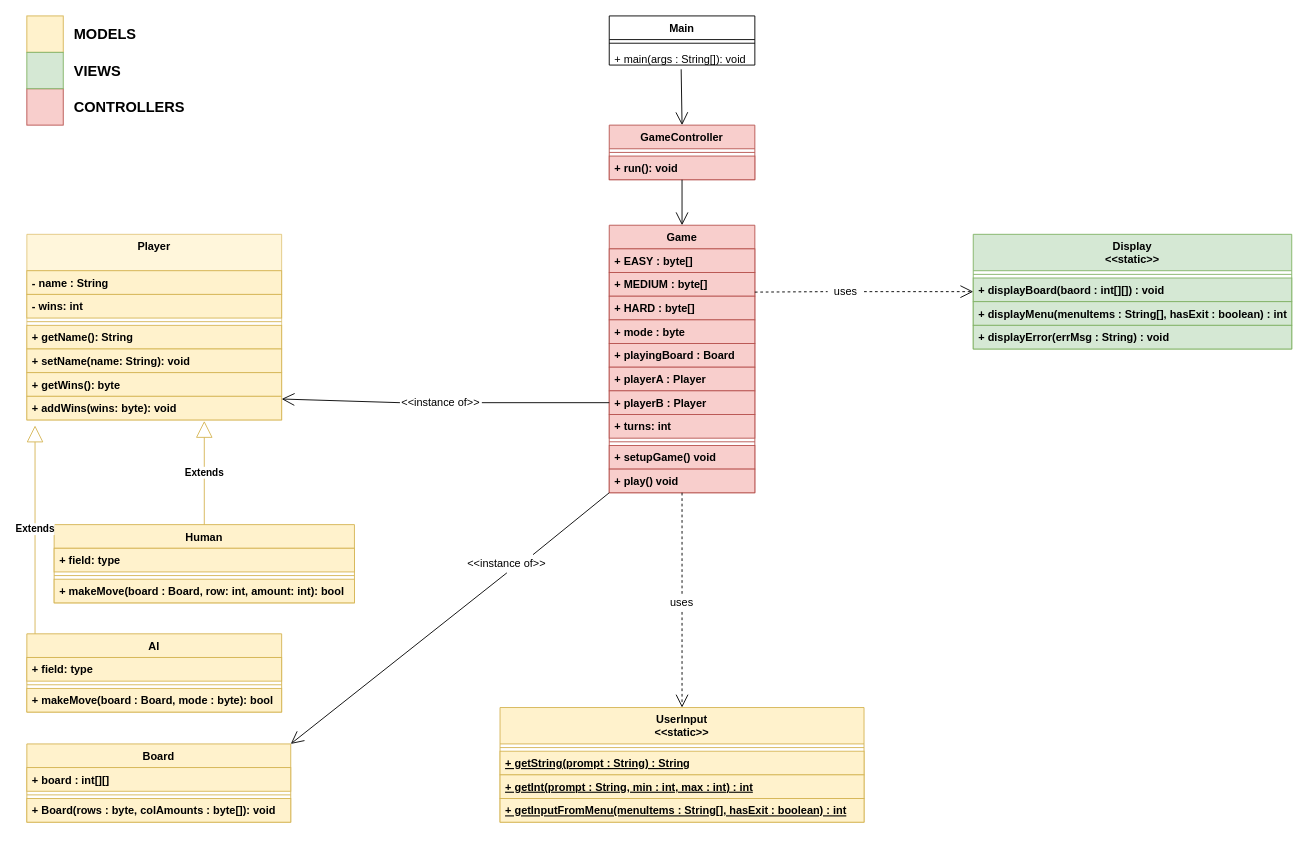
Above: UML-PSE.drawio in EShrestha/PSE-GameOfNim (draw.io), before the change. Source tidied: cells renumbered, new cells numbered last; positions are measured from the earlier drawing's top-left corner, leaving out a move shared by most shapes. Both pictures are drawn from the tidied source at 91%, with x=0, y=0 at pixel (26, 15).
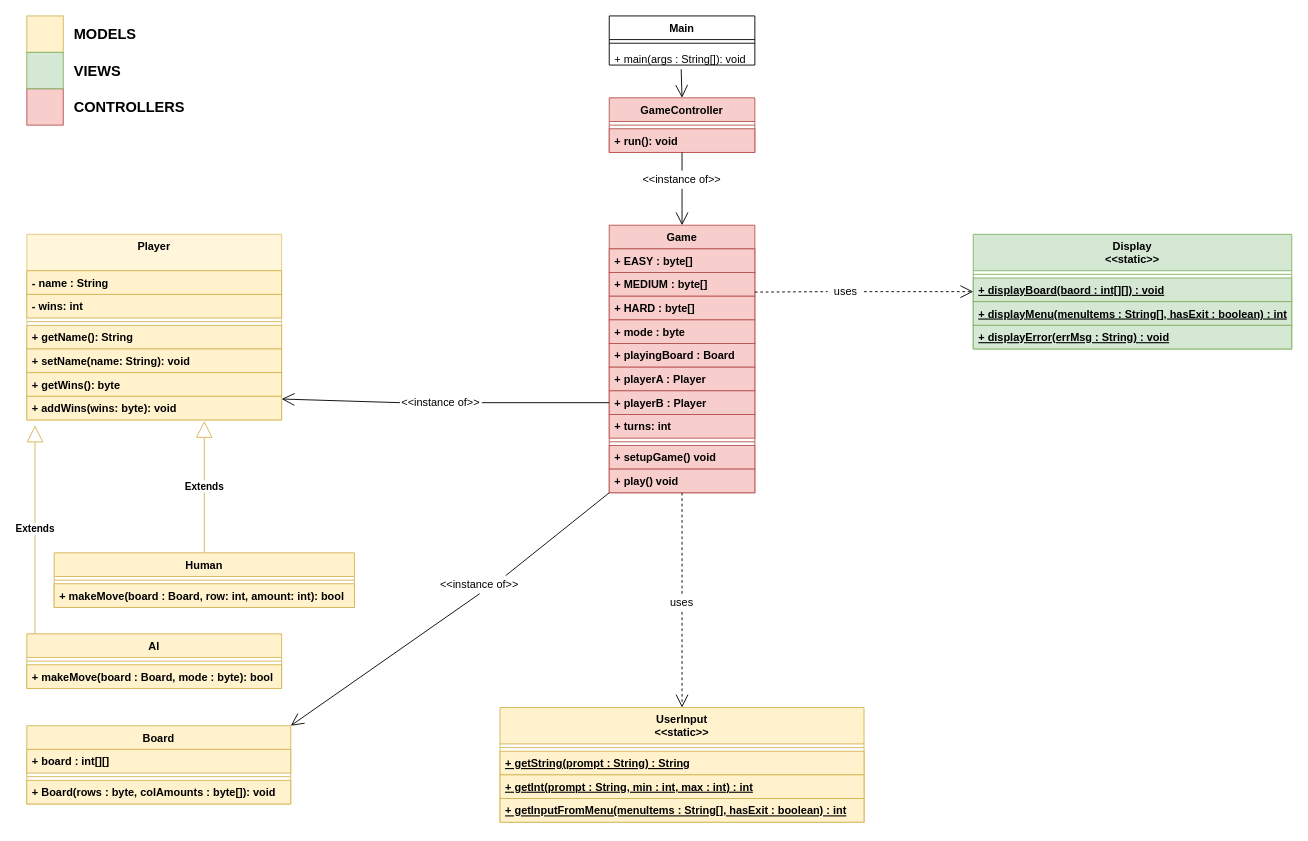
The same page after the edit.

Unchanged cells that the change refers to:
```xml
<mxCell id="37" value="Display&#10;&lt;&lt;static&gt;&gt;" style="swimlane;fontStyle=1;align=center;verticalAlign=top;horizontal=1;startSize=40;fillColor=#d5e8d4;strokeColor=#82b366;" parent="1" vertex="1">
  <mxGeometry x="1040" y="240" width="350" height="126" as="geometry" />
</mxCell>
<mxCell id="46" value="Game" style="swimlane;fontStyle=1;align=center;verticalAlign=top;horizontal=1;startSize=26;fillColor=#f8cecc;strokeColor=#b85450;" parent="1" vertex="1">
  <mxGeometry x="640" y="230" width="160" height="294" as="geometry" />
</mxCell>
```

Diff of the diagram source:
```diff
@@
     <mxCell id="5" value="GameController" style="swimlane;fontStyle=1;align=center;verticalAlign=top;horizontal=1;startSize=26;fillColor=#f8cecc;strokeColor=#b85450;" parent="1" vertex="1">
-      <mxGeometry x="640" y="120" width="160" height="60" as="geometry" />
+      <mxGeometry x="640" y="90" width="160" height="60" as="geometry" />
     </mxCell>
@@
     <mxCell id="16" value="Human" style="swimlane;fontStyle=1;align=center;verticalAlign=top;horizontal=1;startSize=26;fillColor=#fff2cc;strokeColor=#d6b656;" parent="1" vertex="1">
-      <mxGeometry x="30" y="559" width="330" height="86" as="geometry" />
+      <mxGeometry x="30" y="590" width="330" height="60" as="geometry" />
     </mxCell>
-    <mxCell id="17" value="+ field: type" style="text;align=left;verticalAlign=top;spacingLeft=4;spacingRight=4;overflow=hidden;fillColor=#fff2cc;strokeColor=#d6b656;fontStyle=1;" parent="16" vertex="1">
-      <mxGeometry y="26" width="330" height="26" as="geometry" />
-    </mxCell>
     <mxCell id="18" style="line;strokeWidth=1;align=left;verticalAlign=middle;spacingTop=-1;spacingLeft=3;spacingRight=3;labelPosition=right;fillColor=#fff2cc;strokeColor=#d6b656;fontStyle=1;" parent="16" vertex="1">
-      <mxGeometry y="52" width="330" height="8" as="geometry" />
+      <mxGeometry y="26" width="330" height="8" as="geometry" />
     </mxCell>
     <mxCell id="19" value="+ makeMove(board : Board, row: int, amount: int): bool" style="text;align=left;verticalAlign=top;spacingLeft=4;spacingRight=4;overflow=hidden;fillColor=#fff2cc;strokeColor=#d6b656;fontStyle=1;" parent="16" vertex="1">
-      <mxGeometry y="60" width="330" height="26" as="geometry" />
+      <mxGeometry y="34" width="330" height="26" as="geometry" />
     </mxCell>
     <mxCell id="20" value="AI" style="swimlane;fontStyle=1;align=center;verticalAlign=top;horizontal=1;startSize=26;fillColor=#fff2cc;strokeColor=#d6b656;" parent="1" vertex="1">
-      <mxGeometry y="679" width="280" height="86" as="geometry" />
+      <mxGeometry y="679" width="280" height="60" as="geometry" />
     </mxCell>
-    <mxCell id="21" value="+ field: type" style="text;align=left;verticalAlign=top;spacingLeft=4;spacingRight=4;overflow=hidden;fillColor=#fff2cc;strokeColor=#d6b656;fontStyle=1;" parent="20" vertex="1">
-      <mxGeometry y="26" width="280" height="26" as="geometry" />
-    </mxCell>
     <mxCell id="22" style="line;strokeWidth=1;align=left;verticalAlign=middle;spacingTop=-1;spacingLeft=3;spacingRight=3;labelPosition=right;fillColor=#fff2cc;strokeColor=#d6b656;fontStyle=1;" parent="20" vertex="1">
-      <mxGeometry y="52" width="280" height="8" as="geometry" />
+      <mxGeometry y="26" width="280" height="8" as="geometry" />
     </mxCell>
     <mxCell id="23" value="+ makeMove(board : Board, mode : byte): bool" style="text;align=left;verticalAlign=top;spacingLeft=4;spacingRight=4;overflow=hidden;fillColor=#fff2cc;strokeColor=#d6b656;fontStyle=1;" parent="20" vertex="1">
-      <mxGeometry y="60" width="280" height="26" as="geometry" />
+      <mxGeometry y="34" width="280" height="26" as="geometry" />
     </mxCell>
@@
-    <mxCell id="39" value="+ displayBoard(baord : int[][]) : void" style="text;strokeColor=#82b366;fillColor=#d5e8d4;align=left;verticalAlign=top;spacingLeft=4;spacingRight=4;overflow=hidden;fontStyle=1;" parent="37" vertex="1">
+    <mxCell id="39" value="+ displayBoard(baord : int[][]) : void" style="text;strokeColor=#82b366;fillColor=#d5e8d4;align=left;verticalAlign=top;spacingLeft=4;spacingRight=4;overflow=hidden;fontStyle=5;" parent="37" vertex="1">
       <mxGeometry y="48" width="350" height="26" as="geometry" />
     </mxCell>
-    <mxCell id="40" value="+ displayMenu(menuItems : String[], hasExit : boolean) : int" style="text;strokeColor=#82b366;fillColor=#d5e8d4;align=left;verticalAlign=top;spacingLeft=4;spacingRight=4;overflow=hidden;fontStyle=1;" parent="37" vertex="1">
+    <mxCell id="40" value="+ displayMenu(menuItems : String[], hasExit : boolean) : int" style="text;strokeColor=#82b366;fillColor=#d5e8d4;align=left;verticalAlign=top;spacingLeft=4;spacingRight=4;overflow=hidden;fontStyle=5;" parent="37" vertex="1">
       <mxGeometry y="74" width="350" height="26" as="geometry" />
     </mxCell>
-    <mxCell id="41" value="+ displayError(errMsg : String) : void" style="text;strokeColor=#82b366;fillColor=#d5e8d4;align=left;verticalAlign=top;spacingLeft=4;spacingRight=4;overflow=hidden;fontStyle=1;" parent="37" vertex="1">
+    <mxCell id="41" value="+ displayError(errMsg : String) : void" style="text;strokeColor=#82b366;fillColor=#d5e8d4;align=left;verticalAlign=top;spacingLeft=4;spacingRight=4;overflow=hidden;fontStyle=5;" parent="37" vertex="1">
       <mxGeometry y="100" width="350" height="26" as="geometry" />
     </mxCell>
     <mxCell id="42" value="Board" style="swimlane;fontStyle=1;align=center;verticalAlign=top;horizontal=1;startSize=26;fillColor=#fff2cc;strokeColor=#d6b656;" parent="1" vertex="1">
-      <mxGeometry y="800" width="290" height="86" as="geometry" />
+      <mxGeometry y="780" width="290" height="86" as="geometry" />
     </mxCell>
@@
-    <mxCell id="59" style="endArrow=open;endFill=1;endSize=12;html=1;entryX=0.5;entryY=0;entryDx=0;entryDy=0;exitX=0.5;exitY=1;exitDx=0;exitDy=0;" parent="1" edge="1" source="5" target="46">
-      <mxGeometry relative="1" as="geometry" />
-    </mxCell>
@@
     <mxCell id="64" value="&amp;lt;&amp;lt;instance of&amp;gt;&amp;gt;" style="text;html=1;strokeColor=none;fillColor=none;align=center;verticalAlign=middle;whiteSpace=wrap;rounded=0;" parent="1" vertex="1">
-      <mxGeometry x="470" y="592" width="115" height="20" as="geometry" />
+      <mxGeometry x="440" y="615" width="115" height="20" as="geometry" />
     </mxCell>
@@
+    <mxCell id="72" style="endArrow=open;endFill=1;endSize=12;html=1;entryX=0.5;entryY=0;entryDx=0;entryDy=0;exitX=0.5;exitY=1;exitDx=0;exitDy=0;" parent="1" edge="1" source="73" target="46">
+      <mxGeometry relative="1" as="geometry" />
+    </mxCell>
+    <mxCell id="73" value="&amp;lt;&amp;lt;instance of&amp;gt;&amp;gt;" style="text;html=1;strokeColor=none;fillColor=none;align=center;verticalAlign=middle;whiteSpace=wrap;rounded=0;" parent="1" vertex="1">
+      <mxGeometry x="675" y="170" width="90" height="20" as="geometry" />
+    </mxCell>
+    <mxCell id="74" style="endArrow=none;endFill=0;endSize=12;html=1;entryX=0.5;entryY=0;entryDx=0;entryDy=0;rounded=1;exitX=0.5;exitY=1;exitDx=0;exitDy=0;" parent="1" edge="1" source="5" target="73">
+      <mxGeometry relative="1" as="geometry" />
+    </mxCell>
```
